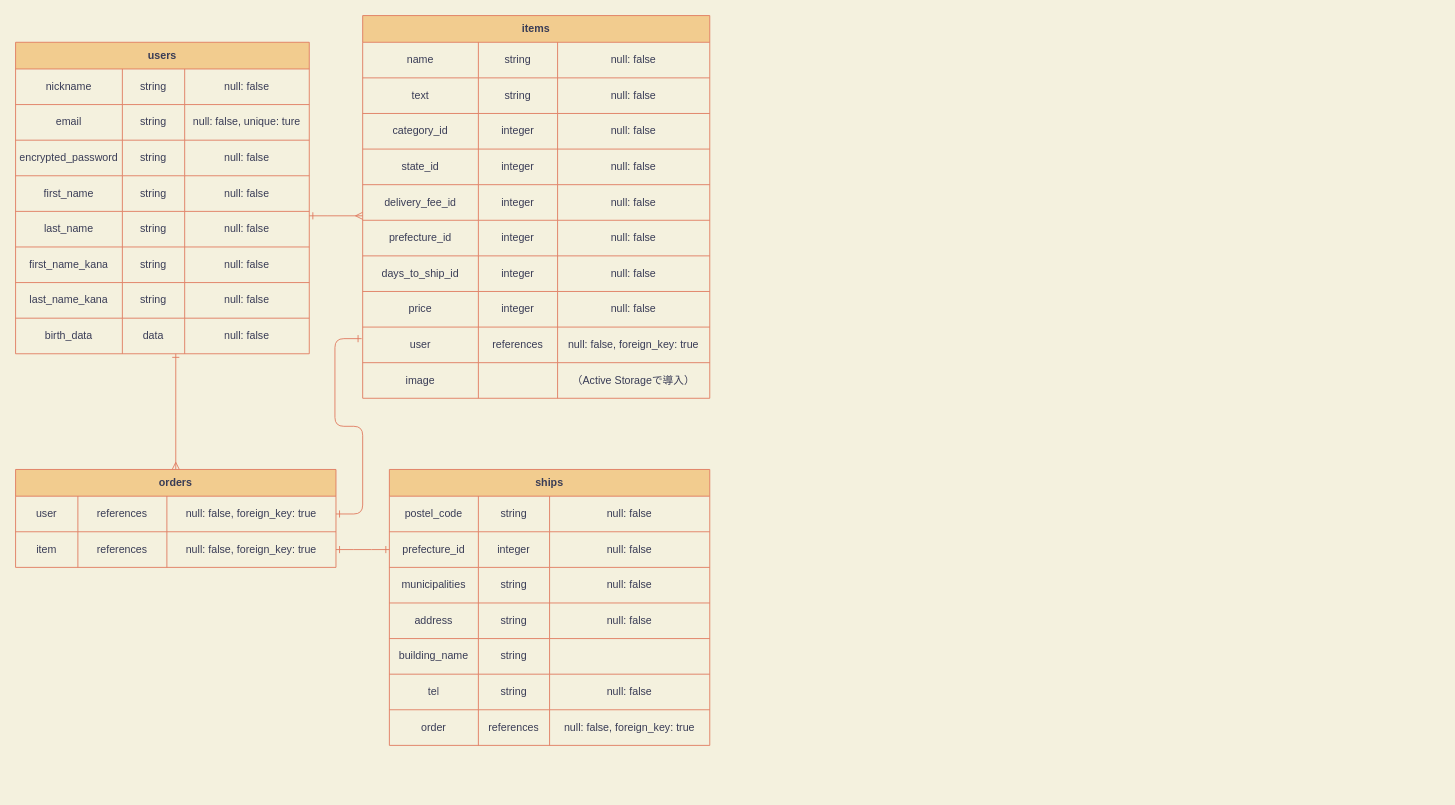
The draw.io diagram ER.dio in MinnaHajimehaTamago/furima-323343, before the edit. Source tidied: cells renumbered, new cells numbered last; positions are measured from the earlier drawing's top-left corner, leaving out a move shared by most shapes. Both pictures are drawn from the tidied source at 89%, with x=0, y=0 at pixel (15, 15).
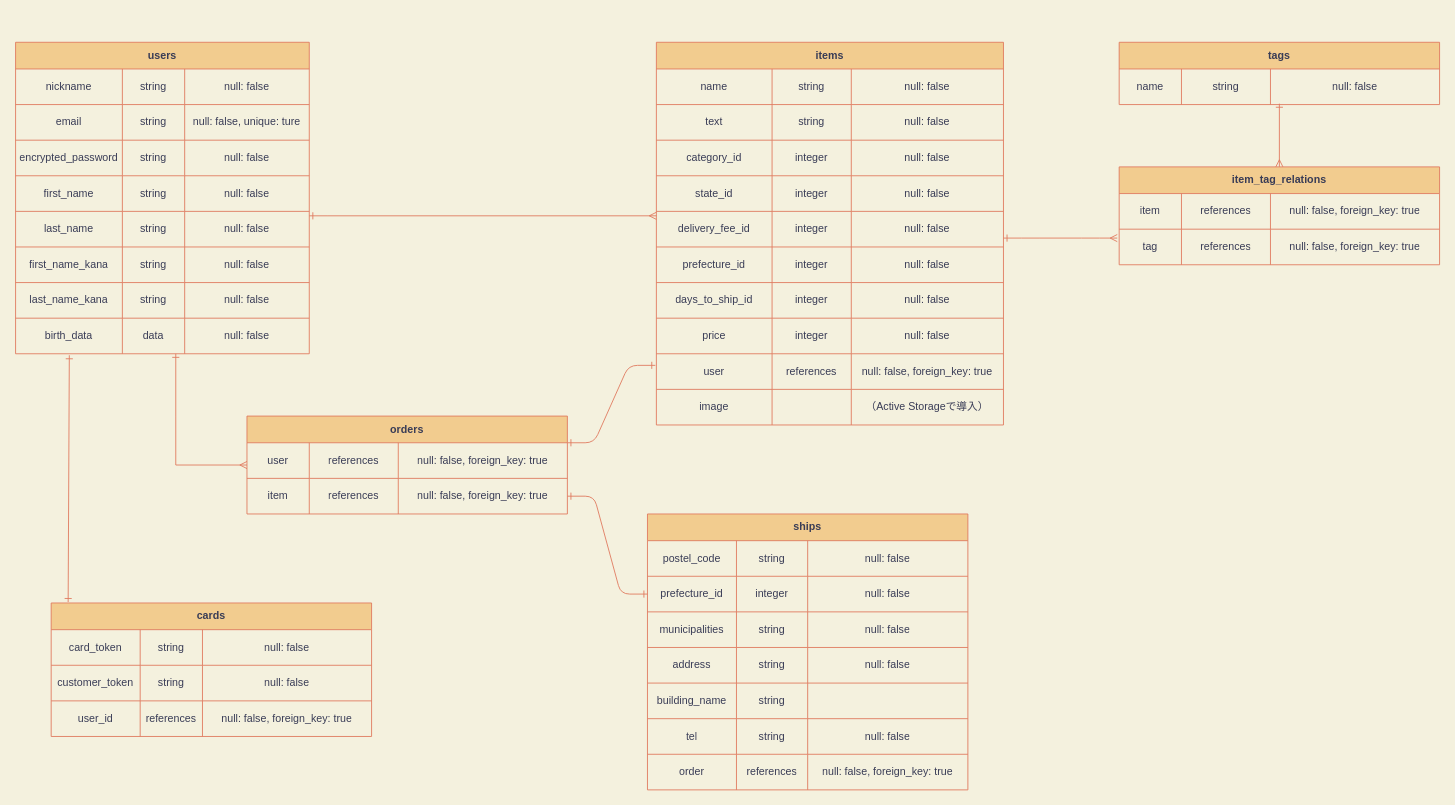
Above is the later version.

The change refers to these unchanged cells:
```xml
<mxCell id="4" value="users" style="shape=table;html=1;whiteSpace=wrap;startSize=30;childLayout=tableLayout;fontStyle=1;align=center;strokeColor=#E07A5F;fontColor=#393C56;fillColor=#F2CC8F;labelBackgroundColor=none;" parent="1" vertex="1">
  <mxGeometry y="30" width="330" height="350" as="geometry" />
</mxCell>
<mxCell id="33" style="shape=partialRectangle;html=1;whiteSpace=wrap;fillColor=none;top=0;left=0;bottom=0;right=0;points=[[0,0.5],[1,0.5]];portConstraint=eastwest;fontColor=#393C56;strokeColor=#E07A5F;labelBackgroundColor=none;" parent="4" vertex="1">
  <mxGeometry y="310" width="330" height="40" as="geometry" />
</mxCell>
<mxCell id="70" style="shape=partialRectangle;html=1;whiteSpace=wrap;fillColor=none;top=0;left=0;bottom=0;right=0;points=[[0,0.5],[1,0.5]];portConstraint=eastwest;fontColor=#393C56;strokeColor=#E07A5F;labelBackgroundColor=none;" parent="37" vertex="1">
  <mxGeometry y="350" width="390" height="40" as="geometry" />
</mxCell>
<mxCell id="80" style="shape=partialRectangle;html=1;whiteSpace=wrap;fillColor=none;top=0;left=0;bottom=0;right=0;points=[[0,0.5],[1,0.5]];portConstraint=eastwest;fontColor=#393C56;strokeColor=#E07A5F;labelBackgroundColor=none;" parent="79" vertex="1">
  <mxGeometry y="30" width="360" height="40" as="geometry" />
</mxCell>
<mxCell id="84" style="shape=partialRectangle;html=1;whiteSpace=wrap;fillColor=none;top=0;left=0;bottom=0;right=0;points=[[0,0.5],[1,0.5]];portConstraint=eastwest;fontColor=#393C56;strokeColor=#E07A5F;labelBackgroundColor=none;" parent="79" vertex="1">
  <mxGeometry y="70" width="360" height="40" as="geometry" />
</mxCell>
<mxCell id="93" style="shape=partialRectangle;html=1;whiteSpace=wrap;fillColor=none;top=0;left=0;bottom=0;right=0;points=[[0,0.5],[1,0.5]];portConstraint=eastwest;fontColor=#393C56;strokeColor=#E07A5F;labelBackgroundColor=none;" parent="88" vertex="1">
  <mxGeometry y="70" width="360" height="40" as="geometry" />
</mxCell>
```

Change to the diagram source:
```diff
@@
-    <mxCell id="3" style="edgeStyle=orthogonalEdgeStyle;rounded=0;jettySize=auto;html=1;endArrow=ERmany;endFill=0;startArrow=ERone;startFill=0;strokeColor=#E07A5F;fontColor=#393C56;labelBackgroundColor=none;" parent="1" edge="1" source="4" target="79">
+    <mxCell id="3" style="edgeStyle=orthogonalEdgeStyle;rounded=0;jettySize=auto;html=1;endArrow=ERmany;endFill=0;startArrow=ERone;startFill=0;fontColor=#393C56;labelBackgroundColor=none;strokeColor=#E07A5F;" parent="1" edge="1" source="4" target="79">
       <mxGeometry relative="1" as="geometry">
         <Array as="points">
           <mxPoint x="180" y="450" />
           <mxPoint x="180" y="450" />
         </Array>
       </mxGeometry>
     </mxCell>
@@
     <mxCell id="37" value="items" style="shape=table;html=1;whiteSpace=wrap;startSize=30;childLayout=tableLayout;fontStyle=1;align=center;strokeColor=#E07A5F;fontColor=#393C56;fillColor=#F2CC8F;labelBackgroundColor=none;" parent="1" vertex="1">
-      <mxGeometry x="390" width="390" height="430" as="geometry" />
+      <mxGeometry x="720" y="30" width="390" height="430" as="geometry" />
     </mxCell>
@@
     <mxCell id="79" value="orders" style="shape=table;html=1;whiteSpace=wrap;startSize=30;childLayout=tableLayout;fontStyle=1;align=center;strokeColor=#E07A5F;fontColor=#393C56;fillColor=#F2CC8F;labelBackgroundColor=none;" parent="1" vertex="1">
-      <mxGeometry y="510" width="360" height="110" as="geometry" />
+      <mxGeometry x="260" y="450" width="360" height="110" as="geometry" />
     </mxCell>
@@
     <mxCell id="88" value="ships" style="shape=table;html=1;whiteSpace=wrap;startSize=30;childLayout=tableLayout;fontStyle=1;align=center;strokeColor=#E07A5F;fontColor=#393C56;fillColor=#F2CC8F;labelBackgroundColor=none;" parent="1" vertex="1">
-      <mxGeometry x="420" y="510" width="360" height="310" as="geometry" />
+      <mxGeometry x="710" y="560" width="360" height="310" as="geometry" />
     </mxCell>
@@
-    <mxCell id="117" style="edgeStyle=entityRelationEdgeStyle;fontSize=12;html=1;endArrow=ERone;endFill=1;entryX=-0.003;entryY=0.325;entryDx=0;entryDy=0;entryPerimeter=0;startArrow=ERone;startFill=0;strokeColor=#E07A5F;fontColor=#393C56;labelBackgroundColor=none;" parent="1" edge="1" target="70">
-      <mxGeometry relative="1" as="geometry">
-        <mxPoint x="360" y="560" as="sourcePoint" />
-      </mxGeometry>
+    <mxCell id="117" style="edgeStyle=entityRelationEdgeStyle;fontSize=12;html=1;endArrow=ERone;endFill=1;entryX=-0.003;entryY=0.325;entryDx=0;entryDy=0;entryPerimeter=0;startArrow=ERone;startFill=0;strokeColor=#E07A5F;fontColor=#393C56;labelBackgroundColor=none;exitX=1;exitY=0;exitDx=0;exitDy=0;exitPerimeter=0;" parent="1" edge="1" source="80" target="70">
+      <mxGeometry relative="1" as="geometry" />
     </mxCell>
-    <mxCell id="118" style="edgeStyle=entityRelationEdgeStyle;fontSize=12;html=1;endArrow=ERone;endFill=1;labelBackgroundColor=none;strokeColor=#E07A5F;fillColor=#F2CC8F;entryX=0;entryY=0.5;entryDx=0;entryDy=0;startArrow=ERone;startFill=0;" parent="1" edge="1" target="93">
-      <mxGeometry relative="1" as="geometry">
-        <mxPoint x="360" y="600" as="sourcePoint" />
-      </mxGeometry>
+    <mxCell id="118" style="edgeStyle=entityRelationEdgeStyle;fontSize=12;html=1;endArrow=ERone;endFill=1;labelBackgroundColor=none;strokeColor=#E07A5F;fillColor=#F2CC8F;entryX=0;entryY=0.5;entryDx=0;entryDy=0;startArrow=ERone;startFill=0;exitX=1;exitY=0.5;exitDx=0;exitDy=0;" parent="1" edge="1" source="84" target="93">
+      <mxGeometry relative="1" as="geometry" />
     </mxCell>
+    <mxCell id="119" value="cards" style="shape=table;html=1;whiteSpace=wrap;startSize=30;childLayout=tableLayout;fontStyle=1;align=center;strokeColor=#E07A5F;fontColor=#393C56;fillColor=#F2CC8F;labelBackgroundColor=none;" parent="1" vertex="1">
+      <mxGeometry x="40" y="660" width="360" height="150" as="geometry" />
+    </mxCell>
+    <mxCell id="120" style="shape=partialRectangle;html=1;whiteSpace=wrap;fillColor=none;top=0;left=0;bottom=0;right=0;fontColor=#393C56;strokeColor=#E07A5F;labelBackgroundColor=none;" parent="119" vertex="1">
+      <mxGeometry y="30" width="360" height="40" as="geometry" />
+    </mxCell>
+    <mxCell id="121" value="card_token" style="shape=partialRectangle;html=1;whiteSpace=wrap;fillColor=none;top=0;left=0;bottom=0;right=0;overflow=hidden;fontColor=#393C56;strokeColor=#E07A5F;labelBackgroundColor=none;" parent="120" vertex="1">
+      <mxGeometry width="100" height="40" as="geometry" />
+    </mxCell>
+    <mxCell id="122" value="string" style="shape=partialRectangle;html=1;whiteSpace=wrap;fillColor=none;top=0;left=0;bottom=0;right=0;overflow=hidden;fontColor=#393C56;strokeColor=#E07A5F;labelBackgroundColor=none;" parent="120" vertex="1">
+      <mxGeometry x="100" width="70" height="40" as="geometry" />
+    </mxCell>
+    <mxCell id="123" value="null: false" style="shape=partialRectangle;html=1;whiteSpace=wrap;fillColor=none;top=0;left=0;bottom=0;right=0;overflow=hidden;fontColor=#393C56;strokeColor=#E07A5F;labelBackgroundColor=none;" parent="120" vertex="1">
+      <mxGeometry x="170" width="190" height="40" as="geometry" />
+    </mxCell>
+    <mxCell id="124" style="shape=partialRectangle;html=1;whiteSpace=wrap;fillColor=none;top=0;left=0;bottom=0;right=0;fontColor=#393C56;strokeColor=#E07A5F;labelBackgroundColor=none;" parent="119" vertex="1">
+      <mxGeometry y="70" width="360" height="40" as="geometry" />
+    </mxCell>
+    <mxCell id="125" value="customer_token" style="shape=partialRectangle;html=1;whiteSpace=wrap;fillColor=none;top=0;left=0;bottom=0;right=0;overflow=hidden;fontColor=#393C56;strokeColor=#E07A5F;labelBackgroundColor=none;" parent="124" vertex="1">
+      <mxGeometry width="100" height="40" as="geometry" />
+    </mxCell>
+    <mxCell id="126" value="string" style="shape=partialRectangle;html=1;whiteSpace=wrap;fillColor=none;top=0;left=0;bottom=0;right=0;overflow=hidden;fontColor=#393C56;strokeColor=#E07A5F;labelBackgroundColor=none;" parent="124" vertex="1">
+      <mxGeometry x="100" width="70" height="40" as="geometry" />
+    </mxCell>
+    <mxCell id="127" value="&lt;span style=&quot;font-family: &amp;#34;helvetica&amp;#34; ; font-size: 12px ; font-style: normal ; font-weight: 400 ; letter-spacing: normal ; text-align: center ; text-indent: 0px ; text-transform: none ; word-spacing: 0px ; display: inline ; float: none&quot;&gt;null: false&lt;/span&gt;" style="shape=partialRectangle;html=1;whiteSpace=wrap;fillColor=none;top=0;left=0;bottom=0;right=0;overflow=hidden;fontColor=#393C56;strokeColor=#E07A5F;labelBackgroundColor=none;" parent="124" vertex="1">
+      <mxGeometry x="170" width="190" height="40" as="geometry" />
+    </mxCell>
+    <mxCell id="128" style="shape=partialRectangle;html=1;whiteSpace=wrap;fillColor=none;top=0;left=0;bottom=0;right=0;fontColor=#393C56;strokeColor=#E07A5F;labelBackgroundColor=none;" parent="119" vertex="1">
+      <mxGeometry y="110" width="360" height="40" as="geometry" />
+    </mxCell>
+    <mxCell id="129" value="user_id" style="shape=partialRectangle;html=1;whiteSpace=wrap;fillColor=none;top=0;left=0;bottom=0;right=0;overflow=hidden;fontColor=#393C56;strokeColor=#E07A5F;labelBackgroundColor=none;" parent="128" vertex="1">
+      <mxGeometry width="100" height="40" as="geometry" />
+    </mxCell>
+    <mxCell id="130" value="references" style="shape=partialRectangle;html=1;whiteSpace=wrap;fillColor=none;top=0;left=0;bottom=0;right=0;overflow=hidden;fontColor=#393C56;strokeColor=#E07A5F;labelBackgroundColor=none;" parent="128" vertex="1">
+      <mxGeometry x="100" width="70" height="40" as="geometry" />
+    </mxCell>
+    <mxCell id="131" value="&lt;span&gt;null: false, foreign_key: true&lt;/span&gt;" style="shape=partialRectangle;html=1;whiteSpace=wrap;fillColor=none;top=0;left=0;bottom=0;right=0;overflow=hidden;fontColor=#393C56;strokeColor=#E07A5F;labelBackgroundColor=none;" parent="128" vertex="1">
+      <mxGeometry x="170" width="190" height="40" as="geometry" />
+    </mxCell>
+    <mxCell id="132" style="fontSize=12;html=1;endArrow=ERone;endFill=1;strokeColor=#E07A5F;strokeWidth=1;exitX=0.053;exitY=-0.007;exitDx=0;exitDy=0;exitPerimeter=0;entryX=0.183;entryY=1.041;entryDx=0;entryDy=0;entryPerimeter=0;startArrow=ERone;startFill=0;" parent="1" edge="1" source="119" target="33">
+      <mxGeometry relative="1" as="geometry" />
+    </mxCell>
+    <mxCell id="133" value="tags" style="shape=table;html=1;whiteSpace=wrap;startSize=30;childLayout=tableLayout;fontStyle=1;align=center;strokeColor=#E07A5F;fontColor=#393C56;fillColor=#F2CC8F;labelBackgroundColor=none;" parent="1" vertex="1">
+      <mxGeometry x="1240" y="30" width="360" height="70" as="geometry" />
+    </mxCell>
+    <mxCell id="134" style="shape=partialRectangle;html=1;whiteSpace=wrap;fillColor=none;top=0;left=0;bottom=0;right=0;fontColor=#393C56;strokeColor=#E07A5F;labelBackgroundColor=none;" parent="133" vertex="1">
+      <mxGeometry y="30" width="360" height="40" as="geometry" />
+    </mxCell>
+    <mxCell id="135" value="name" style="shape=partialRectangle;html=1;whiteSpace=wrap;fillColor=none;top=0;left=0;bottom=0;right=0;overflow=hidden;fontColor=#393C56;strokeColor=#E07A5F;labelBackgroundColor=none;" parent="134" vertex="1">
+      <mxGeometry width="70" height="40" as="geometry" />
+    </mxCell>
+    <mxCell id="136" value="string" style="shape=partialRectangle;html=1;whiteSpace=wrap;fillColor=none;top=0;left=0;bottom=0;right=0;overflow=hidden;fontColor=#393C56;strokeColor=#E07A5F;labelBackgroundColor=none;" parent="134" vertex="1">
+      <mxGeometry x="70" width="100" height="40" as="geometry" />
+    </mxCell>
+    <mxCell id="137" value="null: false" style="shape=partialRectangle;html=1;whiteSpace=wrap;fillColor=none;top=0;left=0;bottom=0;right=0;overflow=hidden;fontColor=#393C56;strokeColor=#E07A5F;labelBackgroundColor=none;" parent="134" vertex="1">
+      <mxGeometry x="170" width="190" height="40" as="geometry" />
+    </mxCell>
+    <mxCell id="138" value="item_tag_relations" style="shape=table;html=1;whiteSpace=wrap;startSize=30;childLayout=tableLayout;fontStyle=1;align=center;strokeColor=#E07A5F;fontColor=#393C56;fillColor=#F2CC8F;labelBackgroundColor=none;" parent="1" vertex="1">
+      <mxGeometry x="1240" y="170" width="360" height="110" as="geometry" />
+    </mxCell>
+    <mxCell id="139" style="shape=partialRectangle;html=1;whiteSpace=wrap;fillColor=none;top=0;left=0;bottom=0;right=0;fontColor=#393C56;strokeColor=#E07A5F;labelBackgroundColor=none;" parent="138" vertex="1">
+      <mxGeometry y="30" width="360" height="40" as="geometry" />
+    </mxCell>
+    <mxCell id="140" value="item" style="shape=partialRectangle;html=1;whiteSpace=wrap;fillColor=none;top=0;left=0;bottom=0;right=0;overflow=hidden;fontColor=#393C56;strokeColor=#E07A5F;labelBackgroundColor=none;" parent="139" vertex="1">
+      <mxGeometry width="70" height="40" as="geometry" />
+    </mxCell>
+    <mxCell id="141" value="references" style="shape=partialRectangle;html=1;whiteSpace=wrap;fillColor=none;top=0;left=0;bottom=0;right=0;overflow=hidden;fontColor=#393C56;strokeColor=#E07A5F;labelBackgroundColor=none;" parent="139" vertex="1">
+      <mxGeometry x="70" width="100" height="40" as="geometry" />
+    </mxCell>
+    <mxCell id="142" value="&lt;span&gt;null: false, foreign_key: true&lt;/span&gt;" style="shape=partialRectangle;html=1;whiteSpace=wrap;fillColor=none;top=0;left=0;bottom=0;right=0;overflow=hidden;fontColor=#393C56;strokeColor=#E07A5F;labelBackgroundColor=none;" parent="139" vertex="1">
+      <mxGeometry x="170" width="190" height="40" as="geometry" />
+    </mxCell>
+    <mxCell id="143" style="shape=partialRectangle;html=1;whiteSpace=wrap;fillColor=none;top=0;left=0;bottom=0;right=0;points=[[0,0.5],[1,0.5]];portConstraint=eastwest;fontColor=#393C56;strokeColor=#E07A5F;labelBackgroundColor=none;" parent="138" vertex="1">
+      <mxGeometry y="70" width="360" height="40" as="geometry" />
+    </mxCell>
+    <mxCell id="144" value="tag" style="shape=partialRectangle;html=1;whiteSpace=wrap;fillColor=none;top=0;left=0;bottom=0;right=0;overflow=hidden;fontColor=#393C56;strokeColor=#E07A5F;labelBackgroundColor=none;" parent="143" vertex="1">
+      <mxGeometry width="70" height="40" as="geometry" />
+    </mxCell>
+    <mxCell id="145" value="references" style="shape=partialRectangle;html=1;whiteSpace=wrap;fillColor=none;top=0;left=0;bottom=0;right=0;overflow=hidden;fontColor=#393C56;strokeColor=#E07A5F;labelBackgroundColor=none;" parent="143" vertex="1">
+      <mxGeometry x="70" width="100" height="40" as="geometry" />
+    </mxCell>
+    <mxCell id="146" value="&lt;span&gt;null: false, foreign_key: true&lt;/span&gt;" style="shape=partialRectangle;html=1;whiteSpace=wrap;fillColor=none;top=0;left=0;bottom=0;right=0;overflow=hidden;fontColor=#393C56;strokeColor=#E07A5F;labelBackgroundColor=none;" parent="143" vertex="1">
+      <mxGeometry x="170" width="190" height="40" as="geometry" />
+    </mxCell>
+    <mxCell id="147" style="edgeStyle=entityRelationEdgeStyle;fontSize=12;html=1;endArrow=ERmany;strokeColor=#E07A5F;strokeWidth=1;entryX=-0.006;entryY=0.25;entryDx=0;entryDy=0;entryPerimeter=0;startArrow=ERone;startFill=0;endFill=0;" parent="1" edge="1" target="143">
+      <mxGeometry relative="1" as="geometry">
+        <mxPoint x="1110" y="250" as="sourcePoint" />
+      </mxGeometry>
+    </mxCell>
+    <mxCell id="148" style="fontSize=12;html=1;endArrow=ERmany;strokeWidth=1;strokeColor=#E07A5F;startArrow=ERone;startFill=0;entryX=0.5;entryY=0;entryDx=0;entryDy=0;" parent="1" edge="1" target="138">
+      <mxGeometry relative="1" as="geometry">
+        <mxPoint x="1420" y="99" as="sourcePoint" />
+      </mxGeometry>
+    </mxCell>
```
